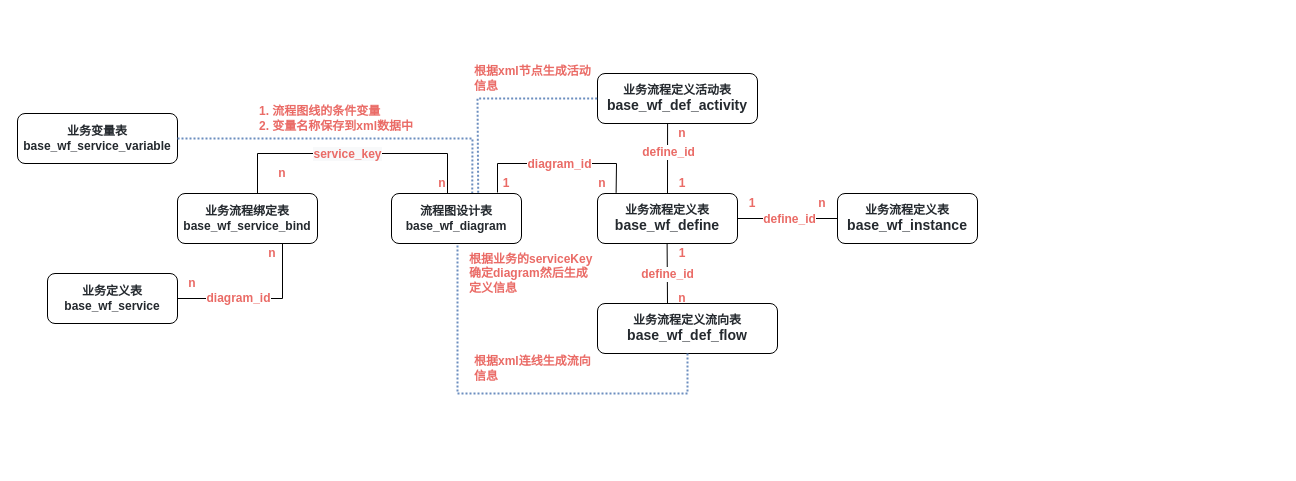
Before: page "ER图" (4 of 4) of 工作流.drawio in wenbojob/drawio, a draw.io diagram. Source tidied: cells renumbered, new cells numbered last; positions are measured from the earlier drawing's top-left corner, leaving out a move shared by most shapes. Both pictures are drawn from the tidied source at 100%, with x=0, y=0 at pixel (17, 63).
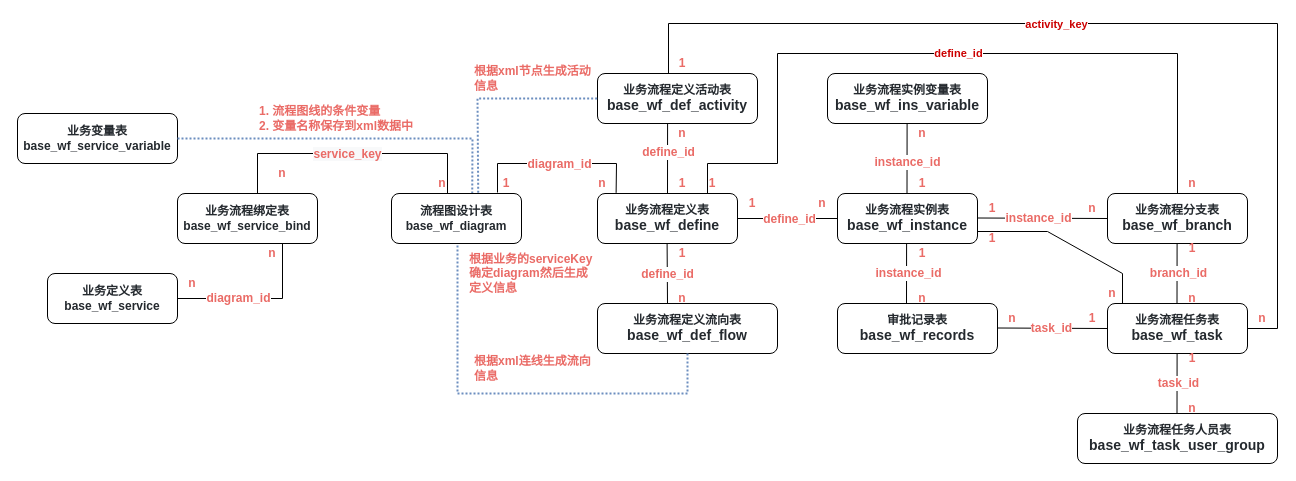
The same page after the edit.

The edit, as a diff of the source:
```diff
@@
-    <mxCell id="7" value="&lt;font&gt;&lt;span style=&quot;color: rgb(36 , 41 , 46) ; background-color: rgb(255 , 255 , 255)&quot;&gt;&lt;font style=&quot;font-size: 12px&quot;&gt;业务流程定义表&lt;/font&gt;&lt;/span&gt;&lt;span style=&quot;font-size: 12px ; color: rgb(36 , 41 , 46)&quot;&gt;&lt;br&gt;&lt;/span&gt;&lt;/font&gt;&lt;span style=&quot;color: rgb(36 , 41 , 46) ; font-size: 14px ; background-color: rgb(255 , 255 , 255)&quot;&gt;base_wf_instance&lt;/span&gt;&lt;span style=&quot;color: rgb(36 , 41 , 46) ; font-size: 12px&quot;&gt;&lt;br style=&quot;font-size: 12px&quot;&gt;&lt;/span&gt;" style="rounded=1;whiteSpace=wrap;html=1;labelBackgroundColor=none;fontStyle=1;fontSize=12;" parent="1" vertex="1">
+    <mxCell id="7" value="&lt;font&gt;&lt;span style=&quot;color: rgb(36 , 41 , 46) ; background-color: rgb(255 , 255 , 255)&quot;&gt;&lt;font style=&quot;font-size: 12px&quot;&gt;业务流程实例表&lt;/font&gt;&lt;/span&gt;&lt;span style=&quot;font-size: 12px ; color: rgb(36 , 41 , 46)&quot;&gt;&lt;br&gt;&lt;/span&gt;&lt;/font&gt;&lt;span style=&quot;color: rgb(36 , 41 , 46) ; font-size: 14px ; background-color: rgb(255 , 255 , 255)&quot;&gt;base_wf_instance&lt;/span&gt;&lt;span style=&quot;color: rgb(36 , 41 , 46) ; font-size: 12px&quot;&gt;&lt;br style=&quot;font-size: 12px&quot;&gt;&lt;/span&gt;" style="rounded=1;whiteSpace=wrap;html=1;labelBackgroundColor=none;fontStyle=1;fontSize=12;" parent="1" vertex="1">
       <mxGeometry x="820" y="130" width="140" height="50" as="geometry" />
     </mxCell>
@@
+    <mxCell id="41" value="&lt;font&gt;&lt;span style=&quot;color: rgb(36 , 41 , 46) ; background-color: rgb(255 , 255 , 255)&quot;&gt;&lt;font style=&quot;font-size: 12px&quot;&gt;业务流程分支表&lt;/font&gt;&lt;/span&gt;&lt;span style=&quot;font-size: 12px ; color: rgb(36 , 41 , 46)&quot;&gt;&lt;br&gt;&lt;/span&gt;&lt;/font&gt;&lt;span style=&quot;color: rgb(36 , 41 , 46) ; font-size: 14px ; background-color: rgb(255 , 255 , 255)&quot;&gt;base_wf_branch&lt;/span&gt;&lt;span style=&quot;color: rgb(36 , 41 , 46) ; font-size: 12px&quot;&gt;&lt;br style=&quot;font-size: 12px&quot;&gt;&lt;/span&gt;" style="rounded=1;whiteSpace=wrap;html=1;labelBackgroundColor=none;fontStyle=1;fontSize=12;" parent="1" vertex="1">
+      <mxGeometry x="1090" y="130" width="140" height="50" as="geometry" />
+    </mxCell>
+    <mxCell id="42" value="&lt;font&gt;&lt;span style=&quot;color: rgb(36 , 41 , 46) ; background-color: rgb(255 , 255 , 255)&quot;&gt;&lt;font style=&quot;font-size: 12px&quot;&gt;业务流程任务表&lt;/font&gt;&lt;/span&gt;&lt;span style=&quot;font-size: 12px ; color: rgb(36 , 41 , 46)&quot;&gt;&lt;br&gt;&lt;/span&gt;&lt;/font&gt;&lt;span style=&quot;color: rgb(36 , 41 , 46) ; font-size: 14px ; background-color: rgb(255 , 255 , 255)&quot;&gt;base_wf_task&lt;/span&gt;&lt;span style=&quot;color: rgb(36 , 41 , 46) ; font-size: 12px&quot;&gt;&lt;br style=&quot;font-size: 12px&quot;&gt;&lt;/span&gt;" style="rounded=1;whiteSpace=wrap;html=1;labelBackgroundColor=none;fontStyle=1;fontSize=12;" parent="1" vertex="1">
+      <mxGeometry x="1090" y="240" width="140" height="50" as="geometry" />
+    </mxCell>
+    <mxCell id="43" value="&lt;font&gt;&lt;span style=&quot;color: rgb(36 , 41 , 46) ; background-color: rgb(255 , 255 , 255)&quot;&gt;&lt;font style=&quot;font-size: 12px&quot;&gt;业务流程任务人员表&lt;/font&gt;&lt;/span&gt;&lt;span style=&quot;font-size: 12px ; color: rgb(36 , 41 , 46)&quot;&gt;&lt;br&gt;&lt;/span&gt;&lt;/font&gt;&lt;span style=&quot;color: rgb(36 , 41 , 46) ; font-size: 14px ; background-color: rgb(255 , 255 , 255)&quot;&gt;base_wf_task_user_group&lt;/span&gt;&lt;span style=&quot;color: rgb(36 , 41 , 46) ; font-size: 12px&quot;&gt;&lt;br style=&quot;font-size: 12px&quot;&gt;&lt;/span&gt;" style="rounded=1;whiteSpace=wrap;html=1;labelBackgroundColor=none;fontStyle=1;fontSize=12;" parent="1" vertex="1">
+      <mxGeometry x="1060" y="350" width="200" height="50" as="geometry" />
+    </mxCell>
+    <mxCell id="44" value="&lt;font&gt;&lt;span style=&quot;color: rgb(36 , 41 , 46) ; background-color: rgb(255 , 255 , 255)&quot;&gt;&lt;font style=&quot;font-size: 12px&quot;&gt;业务流程实例变量表&lt;/font&gt;&lt;/span&gt;&lt;span style=&quot;font-size: 12px ; color: rgb(36 , 41 , 46)&quot;&gt;&lt;br&gt;&lt;/span&gt;&lt;/font&gt;&lt;span style=&quot;color: rgb(36 , 41 , 46) ; font-size: 14px ; background-color: rgb(255 , 255 , 255)&quot;&gt;base_wf_ins_variable&lt;/span&gt;&lt;span style=&quot;color: rgb(36 , 41 , 46) ; font-size: 12px&quot;&gt;&lt;br style=&quot;font-size: 12px&quot;&gt;&lt;/span&gt;" style="rounded=1;whiteSpace=wrap;html=1;labelBackgroundColor=none;fontStyle=1;fontSize=12;" parent="1" vertex="1">
+      <mxGeometry x="810" y="10" width="160" height="50" as="geometry" />
+    </mxCell>
+    <mxCell id="45" value="&lt;font&gt;&lt;span style=&quot;font-size: 12px ; color: rgb(36 , 41 , 46)&quot;&gt;&lt;span style=&quot;background-color: rgb(255 , 255 , 255)&quot;&gt;审批记录表&lt;/span&gt;&lt;br&gt;&lt;/span&gt;&lt;/font&gt;&lt;span style=&quot;color: rgb(36 , 41 , 46) ; font-size: 14px ; background-color: rgb(255 , 255 , 255)&quot;&gt;base_wf_records&lt;/span&gt;&lt;span style=&quot;color: rgb(36 , 41 , 46) ; font-size: 12px&quot;&gt;&lt;br style=&quot;font-size: 12px&quot;&gt;&lt;/span&gt;" style="rounded=1;whiteSpace=wrap;html=1;labelBackgroundColor=none;fontStyle=1;fontSize=12;" parent="1" vertex="1">
+      <mxGeometry x="820" y="240" width="160" height="50" as="geometry" />
+    </mxCell>
+    <mxCell id="46" style="endArrow=none;html=1;rounded=0;fontSize=12;fontColor=#EA6B66;strokeWidth=1;entryX=0.438;entryY=1;entryDx=0;entryDy=0;entryPerimeter=0;exitX=0.5;exitY=0;exitDx=0;exitDy=0;" parent="1" edge="1">
+      <mxGeometry relative="1" as="geometry">
+        <mxPoint x="889.5" y="130" as="sourcePoint" />
+        <mxPoint x="889.6" y="60" as="targetPoint" />
+      </mxGeometry>
+    </mxCell>
+    <mxCell id="47" value="&lt;b&gt;instance_id&lt;/b&gt;" style="edgeLabel;html=1;align=center;verticalAlign=middle;fontSize=12;fontColor=#EA6B66;" parent="46" vertex="1">
+      <mxGeometry x="0.3" y="1" relative="1" as="geometry">
+        <mxPoint x="1" y="15" as="offset" />
+      </mxGeometry>
+    </mxCell>
+    <mxCell id="48" value="&lt;b&gt;n&lt;/b&gt;" style="text;html=1;strokeColor=none;fillColor=none;align=center;verticalAlign=middle;whiteSpace=wrap;rounded=0;labelBackgroundColor=none;fontSize=12;fontColor=#EA6B66;" parent="1" vertex="1">
+      <mxGeometry x="890" y="60" width="30" height="20" as="geometry" />
+    </mxCell>
+    <mxCell id="49" value="&lt;b&gt;1&lt;/b&gt;" style="text;html=1;strokeColor=none;fillColor=none;align=center;verticalAlign=middle;whiteSpace=wrap;rounded=0;labelBackgroundColor=none;fontSize=12;fontColor=#EA6B66;" parent="1" vertex="1">
+      <mxGeometry x="890" y="110" width="30" height="20" as="geometry" />
+    </mxCell>
+    <mxCell id="50" style="endArrow=none;html=1;rounded=0;fontSize=12;fontColor=#EA6B66;strokeWidth=1;entryX=0.438;entryY=1;entryDx=0;entryDy=0;entryPerimeter=0;" parent="1" edge="1">
+      <mxGeometry relative="1" as="geometry">
+        <mxPoint x="889" y="240" as="sourcePoint" />
+        <mxPoint x="889.1" y="180" as="targetPoint" />
+      </mxGeometry>
+    </mxCell>
+    <mxCell id="51" value="&lt;b&gt;instance_id&lt;/b&gt;" style="edgeLabel;html=1;align=center;verticalAlign=middle;fontSize=12;fontColor=#EA6B66;" parent="50" vertex="1">
+      <mxGeometry x="0.3" y="1" relative="1" as="geometry">
+        <mxPoint x="2" y="9" as="offset" />
+      </mxGeometry>
+    </mxCell>
+    <mxCell id="52" value="&lt;b&gt;1&lt;/b&gt;" style="text;html=1;strokeColor=none;fillColor=none;align=center;verticalAlign=middle;whiteSpace=wrap;rounded=0;labelBackgroundColor=none;fontSize=12;fontColor=#EA6B66;" parent="1" vertex="1">
+      <mxGeometry x="890" y="180" width="30" height="20" as="geometry" />
+    </mxCell>
+    <mxCell id="53" value="&lt;b&gt;n&lt;/b&gt;" style="text;html=1;strokeColor=none;fillColor=none;align=center;verticalAlign=middle;whiteSpace=wrap;rounded=0;labelBackgroundColor=none;fontSize=12;fontColor=#EA6B66;" parent="1" vertex="1">
+      <mxGeometry x="890" y="230" width="30" height="10" as="geometry" />
+    </mxCell>
+    <mxCell id="54" style="endArrow=none;html=1;rounded=0;fontSize=12;fontColor=#EA6B66;strokeWidth=1;entryX=0;entryY=0.5;entryDx=0;entryDy=0;exitX=1;exitY=0.5;exitDx=0;exitDy=0;" parent="1" edge="1" target="42">
+      <mxGeometry relative="1" as="geometry">
+        <mxPoint x="980" y="264.5" as="sourcePoint" />
+      </mxGeometry>
+    </mxCell>
+    <mxCell id="55" value="&lt;b&gt;task_id&lt;/b&gt;" style="edgeLabel;html=1;align=center;verticalAlign=middle;fontSize=12;fontColor=#EA6B66;" parent="54" vertex="1">
+      <mxGeometry x="-0.31" y="-2" relative="1" as="geometry">
+        <mxPoint x="16" y="-2" as="offset" />
+      </mxGeometry>
+    </mxCell>
+    <mxCell id="56" value="&lt;b&gt;n&lt;/b&gt;" style="text;html=1;strokeColor=none;fillColor=none;align=center;verticalAlign=middle;whiteSpace=wrap;rounded=0;labelBackgroundColor=none;fontSize=12;fontColor=#EA6B66;" parent="1" vertex="1">
+      <mxGeometry x="980" y="250" width="30" height="10" as="geometry" />
+    </mxCell>
+    <mxCell id="57" value="&lt;b&gt;1&lt;/b&gt;" style="text;html=1;strokeColor=none;fillColor=none;align=center;verticalAlign=middle;whiteSpace=wrap;rounded=0;labelBackgroundColor=none;fontSize=12;fontColor=#EA6B66;" parent="1" vertex="1">
+      <mxGeometry x="1060" y="245" width="30" height="20" as="geometry" />
+    </mxCell>
+    <mxCell id="58" style="endArrow=none;html=1;rounded=0;fontSize=12;fontColor=#EA6B66;strokeWidth=1;entryX=0.438;entryY=1;entryDx=0;entryDy=0;entryPerimeter=0;" parent="1" edge="1">
+      <mxGeometry relative="1" as="geometry">
+        <mxPoint x="1159.5" y="350" as="sourcePoint" />
+        <mxPoint x="1159.6" y="290" as="targetPoint" />
+      </mxGeometry>
+    </mxCell>
+    <mxCell id="59" value="&lt;b&gt;task_id&lt;/b&gt;" style="edgeLabel;html=1;align=center;verticalAlign=middle;fontSize=12;fontColor=#EA6B66;" parent="58" vertex="1">
+      <mxGeometry x="0.3" y="1" relative="1" as="geometry">
+        <mxPoint x="2" y="9" as="offset" />
+      </mxGeometry>
+    </mxCell>
+    <mxCell id="60" style="endArrow=none;html=1;rounded=0;fontSize=12;fontColor=#EA6B66;strokeWidth=1;entryX=0.438;entryY=1;entryDx=0;entryDy=0;entryPerimeter=0;" parent="1" edge="1">
+      <mxGeometry relative="1" as="geometry">
+        <mxPoint x="1159.5" y="240" as="sourcePoint" />
+        <mxPoint x="1159.6" y="180" as="targetPoint" />
+      </mxGeometry>
+    </mxCell>
+    <mxCell id="61" value="&lt;b&gt;branch_id&lt;/b&gt;" style="edgeLabel;html=1;align=center;verticalAlign=middle;fontSize=12;fontColor=#EA6B66;" parent="60" vertex="1">
+      <mxGeometry x="0.3" y="1" relative="1" as="geometry">
+        <mxPoint x="2" y="9" as="offset" />
+      </mxGeometry>
+    </mxCell>
+    <mxCell id="62" style="endArrow=none;html=1;rounded=0;fontSize=12;fontColor=#EA6B66;strokeWidth=1;exitX=1;exitY=0.5;exitDx=0;exitDy=0;entryX=0;entryY=0.5;entryDx=0;entryDy=0;" parent="1" edge="1" target="41">
+      <mxGeometry relative="1" as="geometry">
+        <mxPoint x="960" y="154.5" as="sourcePoint" />
+      </mxGeometry>
+    </mxCell>
+    <mxCell id="63" value="&lt;b&gt;instance_id&lt;/b&gt;" style="edgeLabel;html=1;align=center;verticalAlign=middle;fontSize=12;fontColor=#EA6B66;" parent="62" vertex="1">
+      <mxGeometry x="-0.31" y="-2" relative="1" as="geometry">
+        <mxPoint x="16" y="-2" as="offset" />
+      </mxGeometry>
+    </mxCell>
+    <mxCell id="64" style="endArrow=none;html=1;rounded=0;labelBackgroundColor=none;fontFamily=Helvetica;fontSize=11;fontColor=#CC0000;" parent="1" edge="1">
+      <mxGeometry relative="1" as="geometry">
+        <mxPoint x="960" y="168" as="sourcePoint" />
+        <mxPoint x="1105" y="240" as="targetPoint" />
+        <Array as="points">
+          <mxPoint x="1030" y="168" />
+          <mxPoint x="1105" y="210" />
+        </Array>
+      </mxGeometry>
+    </mxCell>
+    <mxCell id="65" value="&lt;b&gt;1&lt;/b&gt;" style="text;html=1;strokeColor=none;fillColor=none;align=center;verticalAlign=middle;whiteSpace=wrap;rounded=0;labelBackgroundColor=none;fontSize=12;fontColor=#EA6B66;" parent="1" vertex="1">
+      <mxGeometry x="960" y="140" width="30" height="10" as="geometry" />
+    </mxCell>
+    <mxCell id="66" value="&lt;b&gt;n&lt;/b&gt;" style="text;html=1;strokeColor=none;fillColor=none;align=center;verticalAlign=middle;whiteSpace=wrap;rounded=0;labelBackgroundColor=none;fontSize=12;fontColor=#EA6B66;" parent="1" vertex="1">
+      <mxGeometry x="1060" y="135" width="30" height="20" as="geometry" />
+    </mxCell>
+    <mxCell id="67" value="&lt;b&gt;1&lt;/b&gt;" style="text;html=1;strokeColor=none;fillColor=none;align=center;verticalAlign=middle;whiteSpace=wrap;rounded=0;labelBackgroundColor=none;fontSize=12;fontColor=#EA6B66;" parent="1" vertex="1">
+      <mxGeometry x="960" y="170" width="30" height="10" as="geometry" />
+    </mxCell>
+    <mxCell id="68" value="&lt;b&gt;n&lt;/b&gt;" style="text;html=1;strokeColor=none;fillColor=none;align=center;verticalAlign=middle;whiteSpace=wrap;rounded=0;labelBackgroundColor=none;fontSize=12;fontColor=#EA6B66;" parent="1" vertex="1">
+      <mxGeometry x="1080" y="220" width="30" height="20" as="geometry" />
+    </mxCell>
+    <mxCell id="69" value="&lt;b&gt;1&lt;/b&gt;" style="text;html=1;strokeColor=none;fillColor=none;align=center;verticalAlign=middle;whiteSpace=wrap;rounded=0;labelBackgroundColor=none;fontSize=12;fontColor=#EA6B66;" parent="1" vertex="1">
+      <mxGeometry x="1160" y="180" width="30" height="10" as="geometry" />
+    </mxCell>
+    <mxCell id="70" value="&lt;b&gt;n&lt;/b&gt;" style="text;html=1;strokeColor=none;fillColor=none;align=center;verticalAlign=middle;whiteSpace=wrap;rounded=0;labelBackgroundColor=none;fontSize=12;fontColor=#EA6B66;" parent="1" vertex="1">
+      <mxGeometry x="1160" y="225" width="30" height="20" as="geometry" />
+    </mxCell>
+    <mxCell id="71" value="&lt;b&gt;1&lt;/b&gt;" style="text;html=1;strokeColor=none;fillColor=none;align=center;verticalAlign=middle;whiteSpace=wrap;rounded=0;labelBackgroundColor=none;fontSize=12;fontColor=#EA6B66;" parent="1" vertex="1">
+      <mxGeometry x="1160" y="290" width="30" height="10" as="geometry" />
+    </mxCell>
+    <mxCell id="72" value="&lt;b&gt;n&lt;/b&gt;" style="text;html=1;strokeColor=none;fillColor=none;align=center;verticalAlign=middle;whiteSpace=wrap;rounded=0;labelBackgroundColor=none;fontSize=12;fontColor=#EA6B66;" parent="1" vertex="1">
+      <mxGeometry x="1160" y="340" width="30" height="10" as="geometry" />
+    </mxCell>
+    <mxCell id="73" style="endArrow=none;html=1;rounded=0;labelBackgroundColor=none;fontFamily=Helvetica;fontSize=11;fontColor=#CC0000;entryX=1;entryY=0.5;entryDx=0;entryDy=0;" parent="1" edge="1" target="42">
+      <mxGeometry relative="1" as="geometry">
+        <mxPoint x="651" y="10" as="sourcePoint" />
+        <Array as="points">
+          <mxPoint x="651" y="-40" />
+          <mxPoint x="1260" y="-40" />
+          <mxPoint x="1260" y="265" />
+        </Array>
+      </mxGeometry>
+    </mxCell>
+    <mxCell id="74" value="&lt;b&gt;activity_key&lt;/b&gt;" style="edgeLabel;html=1;align=center;verticalAlign=middle;fontSize=11;fontFamily=Helvetica;fontColor=#CC0000;" parent="73" vertex="1">
+      <mxGeometry x="-0.12" relative="1" as="geometry" />
+    </mxCell>
+    <mxCell id="75" value="&lt;b&gt;1&lt;/b&gt;" style="text;html=1;strokeColor=none;fillColor=none;align=center;verticalAlign=middle;whiteSpace=wrap;rounded=0;labelBackgroundColor=none;fontSize=12;fontColor=#EA6B66;" parent="1" vertex="1">
+      <mxGeometry x="650" y="-10" width="30" height="20" as="geometry" />
+    </mxCell>
+    <mxCell id="76" value="&lt;b&gt;n&lt;/b&gt;" style="text;html=1;strokeColor=none;fillColor=none;align=center;verticalAlign=middle;whiteSpace=wrap;rounded=0;labelBackgroundColor=none;fontSize=12;fontColor=#EA6B66;" parent="1" vertex="1">
+      <mxGeometry x="1230" y="245" width="30" height="20" as="geometry" />
+    </mxCell>
+    <mxCell id="77" style="endArrow=none;html=1;rounded=0;labelBackgroundColor=none;fontFamily=Helvetica;fontSize=11;fontColor=#CC0000;entryX=0.5;entryY=0;entryDx=0;entryDy=0;" parent="1" edge="1" target="41">
+      <mxGeometry relative="1" as="geometry">
+        <mxPoint x="690" y="130" as="sourcePoint" />
+        <Array as="points">
+          <mxPoint x="690" y="100" />
+          <mxPoint x="760" y="100" />
+          <mxPoint x="760" y="-10" />
+          <mxPoint x="1160" y="-10" />
+        </Array>
+      </mxGeometry>
+    </mxCell>
+    <mxCell id="78" value="&lt;b&gt;define_id&lt;/b&gt;" style="edgeLabel;html=1;align=center;verticalAlign=middle;fontSize=11;fontFamily=Helvetica;fontColor=#CC0000;" parent="77" vertex="1">
+      <mxGeometry x="0.04" y="1" relative="1" as="geometry" />
+    </mxCell>
+    <mxCell id="79" value="&lt;b&gt;1&lt;/b&gt;" style="text;html=1;strokeColor=none;fillColor=none;align=center;verticalAlign=middle;whiteSpace=wrap;rounded=0;labelBackgroundColor=none;fontSize=12;fontColor=#EA6B66;" parent="1" vertex="1">
+      <mxGeometry x="680" y="110" width="30" height="20" as="geometry" />
+    </mxCell>
+    <mxCell id="80" value="&lt;b&gt;n&lt;/b&gt;" style="text;html=1;strokeColor=none;fillColor=none;align=center;verticalAlign=middle;whiteSpace=wrap;rounded=0;labelBackgroundColor=none;fontSize=12;fontColor=#EA6B66;" parent="1" vertex="1">
+      <mxGeometry x="1160" y="110" width="30" height="20" as="geometry" />
+    </mxCell>
```
